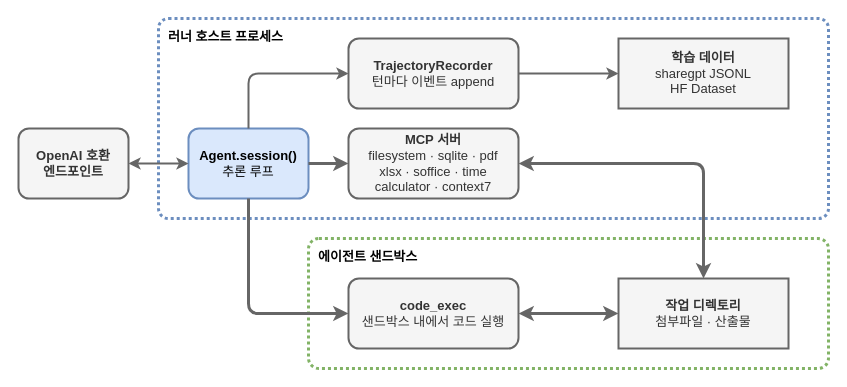
The draw.io diagram page "overall" (1 of 2) of resource/agent-tracer.drawio in MotifTechnologies/AgentTracer, before the edit. Source tidied: cells renumbered, new cells numbered last; positions are measured from the earlier drawing's top-left corner, leaving out a move shared by most shapes. Both pictures are drawn from the tidied source at 100%, with x=0, y=0 at pixel (18, 18).
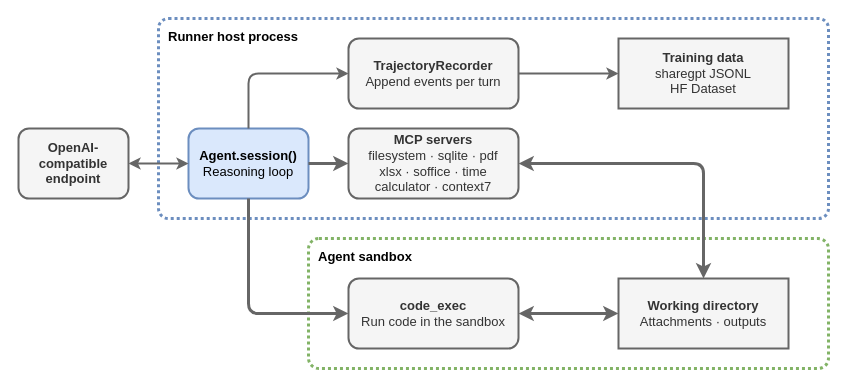
Above is the later version.

The edit, as a diff of the source:
```diff
@@
 <mxGraphModel>
   <root>
     <mxCell id="0" />
     <mxCell id="1" parent="0" />
-    <mxCell id="2" value="러너 호스트 프로세스" style="rounded=1;whiteSpace=wrap;html=1;strokeWidth=3;fillColor=none;strokeColor=#6c8ebf;verticalAlign=top;align=left;spacingLeft=8;spacingTop=4;fontStyle=1;fontFamily=Malgun Gothic;fontSize=13;glass=0;arcSize=5;dashed=1;dashPattern=1 1;" parent="1" vertex="1">
+    <mxCell id="2" value="Runner host process" style="rounded=1;whiteSpace=wrap;html=1;strokeWidth=3;fillColor=none;strokeColor=#6c8ebf;verticalAlign=top;align=left;spacingLeft=8;spacingTop=4;fontStyle=1;fontFamily=Arial;fontSize=13;glass=0;arcSize=5;dashed=1;dashPattern=1 1;" parent="1" vertex="1">
       <mxGeometry x="140" width="670" height="200" as="geometry" />
     </mxCell>
-    <mxCell id="3" value="에이전트 샌드박스" style="rounded=1;whiteSpace=wrap;html=1;strokeWidth=3;fillColor=none;strokeColor=#82b366;verticalAlign=top;align=left;spacingLeft=8;spacingTop=4;fontStyle=1;fontFamily=Malgun Gothic;fontSize=13;glass=0;arcSize=8;dashed=1;dashPattern=1 1;" parent="1" vertex="1">
+    <mxCell id="3" value="Agent sandbox" style="rounded=1;whiteSpace=wrap;html=1;strokeWidth=3;fillColor=none;strokeColor=#82b366;verticalAlign=top;align=left;spacingLeft=8;spacingTop=4;fontStyle=1;fontFamily=Arial;fontSize=13;glass=0;arcSize=8;dashed=1;dashPattern=1 1;" parent="1" vertex="1">
       <mxGeometry x="290" y="220" width="520" height="130" as="geometry" />
     </mxCell>
-    <mxCell id="4" value="&lt;b&gt;OpenAI 호환&lt;br&gt;엔드포인트&lt;/b&gt;" style="rounded=1;whiteSpace=wrap;html=1;strokeWidth=2;fillColor=#f5f5f5;strokeColor=#666666;fontFamily=Malgun Gothic;fontSize=13;fontColor=#333333;" parent="1" vertex="1">
+    <mxCell id="4" value="&lt;b&gt;OpenAI-compatible&lt;br&gt;endpoint&lt;/b&gt;" style="rounded=1;whiteSpace=wrap;html=1;strokeWidth=2;fillColor=#f5f5f5;strokeColor=#666666;fontFamily=Arial;fontSize=13;fontColor=#333333;" parent="1" vertex="1">
       <mxGeometry y="110" width="110" height="70" as="geometry" />
     </mxCell>
-    <mxCell id="5" value="&lt;b&gt;Agent.session()&lt;/b&gt;&lt;br&gt;추론 루프" style="rounded=1;whiteSpace=wrap;html=1;strokeWidth=2;fillColor=#dae8fc;strokeColor=#6c8ebf;fontFamily=Malgun Gothic;fontSize=13;" parent="1" vertex="1">
+    <mxCell id="5" value="&lt;b&gt;Agent.session()&lt;/b&gt;&lt;br&gt;Reasoning loop" style="rounded=1;whiteSpace=wrap;html=1;strokeWidth=2;fillColor=#dae8fc;strokeColor=#6c8ebf;fontFamily=Arial;fontSize=13;" parent="1" vertex="1">
       <mxGeometry x="170" y="110" width="120" height="70" as="geometry" />
     </mxCell>
-    <mxCell id="6" value="&lt;b&gt;MCP 서버&lt;/b&gt;&lt;br&gt;filesystem · sqlite · pdf&lt;div&gt;xlsx · soffice · time&lt;br&gt;calculator · context7&lt;/div&gt;" style="rounded=1;whiteSpace=wrap;html=1;strokeWidth=2;fillColor=#f5f5f5;strokeColor=#666666;fontFamily=Malgun Gothic;fontSize=13;fontColor=#333333;" parent="1" vertex="1">
+    <mxCell id="6" value="&lt;b&gt;MCP servers&lt;/b&gt;&lt;br&gt;filesystem · sqlite · pdf&lt;div&gt;xlsx · soffice · time&lt;br&gt;calculator · context7&lt;/div&gt;" style="rounded=1;whiteSpace=wrap;html=1;strokeWidth=2;fillColor=#f5f5f5;strokeColor=#666666;fontFamily=Arial;fontSize=13;fontColor=#333333;" parent="1" vertex="1">
       <mxGeometry x="330" y="110" width="170" height="70" as="geometry" />
     </mxCell>
-    <mxCell id="7" value="&lt;b&gt;TrajectoryRecorder&lt;/b&gt;&lt;br&gt;턴마다 이벤트 append" style="rounded=1;whiteSpace=wrap;html=1;strokeWidth=2;fillColor=#f5f5f5;strokeColor=#666666;fontFamily=Malgun Gothic;fontSize=13;fontColor=#333333;" parent="1" vertex="1">
+    <mxCell id="7" value="&lt;b&gt;TrajectoryRecorder&lt;/b&gt;&lt;br&gt;Append events per turn" style="rounded=1;whiteSpace=wrap;html=1;strokeWidth=2;fillColor=#f5f5f5;strokeColor=#666666;fontFamily=Arial;fontSize=13;fontColor=#333333;" parent="1" vertex="1">
       <mxGeometry x="330" y="20" width="170" height="70" as="geometry" />
     </mxCell>
-    <mxCell id="8" value="&lt;b&gt;학습 데이터&lt;/b&gt;&lt;br&gt;sharegpt JSONL&lt;br&gt;HF Dataset" style="rounded=0;whiteSpace=wrap;html=1;strokeWidth=2;fillColor=#f5f5f5;strokeColor=#666666;fontFamily=Malgun Gothic;fontSize=13;fontColor=#333333;" parent="1" vertex="1">
+    <mxCell id="8" value="&lt;b&gt;Training data&lt;/b&gt;&lt;br&gt;sharegpt JSONL&lt;br&gt;HF Dataset" style="rounded=0;whiteSpace=wrap;html=1;strokeWidth=2;fillColor=#f5f5f5;strokeColor=#666666;fontFamily=Arial;fontSize=13;fontColor=#333333;" parent="1" vertex="1">
       <mxGeometry x="600" y="20" width="170" height="70" as="geometry" />
     </mxCell>
-    <mxCell id="9" value="&lt;b&gt;code_exec&lt;/b&gt;&lt;div&gt;샌드박스 내에서 코드 실행&lt;/div&gt;" style="rounded=1;whiteSpace=wrap;html=1;strokeWidth=2;fillColor=#f5f5f5;strokeColor=#666666;fontFamily=Malgun Gothic;fontSize=13;fontColor=#333333;" parent="1" vertex="1">
+    <mxCell id="9" value="&lt;b&gt;code_exec&lt;/b&gt;&lt;div&gt;Run code in the sandbox&lt;/div&gt;" style="rounded=1;whiteSpace=wrap;html=1;strokeWidth=2;fillColor=#f5f5f5;strokeColor=#666666;fontFamily=Arial;fontSize=13;fontColor=#333333;" parent="1" vertex="1">
       <mxGeometry x="330" y="260" width="170" height="70" as="geometry" />
     </mxCell>
-    <mxCell id="10" value="&lt;b&gt;작업 디렉토리&lt;/b&gt;&lt;br&gt;첨부파일 · 산출물" style="rounded=0;whiteSpace=wrap;html=1;strokeWidth=2;fillColor=#f5f5f5;strokeColor=#666666;fontFamily=Malgun Gothic;fontSize=13;fontColor=#333333;" parent="1" vertex="1">
+    <mxCell id="10" value="&lt;b&gt;Working directory&lt;/b&gt;&lt;br&gt;Attachments · outputs" style="rounded=0;whiteSpace=wrap;html=1;strokeWidth=2;fillColor=#f5f5f5;strokeColor=#666666;fontFamily=Arial;fontSize=13;fontColor=#333333;" parent="1" vertex="1">
       <mxGeometry x="600" y="260" width="170" height="70" as="geometry" />
     </mxCell>
-    <mxCell id="11" style="edgeStyle=orthogonalEdgeStyle;rounded=0;html=1;strokeWidth=2;strokeColor=#666666;fontFamily=Malgun Gothic;fontSize=13;startArrow=classic;startFill=1;fillColor=#f5f5f5;" parent="1" edge="1" source="4" target="5">
+    <mxCell id="11" style="edgeStyle=orthogonalEdgeStyle;rounded=0;html=1;strokeWidth=2;strokeColor=#666666;fontFamily=Arial;fontSize=13;startArrow=classic;startFill=1;fillColor=#f5f5f5;" parent="1" edge="1" source="4" target="5">
       <mxGeometry relative="1" as="geometry" />
     </mxCell>
-    <mxCell id="12" style="edgeStyle=orthogonalEdgeStyle;rounded=0;html=1;strokeWidth=3;fontFamily=Malgun Gothic;fontSize=13;fillColor=#f5f5f5;strokeColor=#666666;" parent="1" edge="1" source="5" target="6">
+    <mxCell id="12" style="edgeStyle=orthogonalEdgeStyle;rounded=0;html=1;strokeWidth=3;fontFamily=Arial;fontSize=13;fillColor=#f5f5f5;strokeColor=#666666;" parent="1" edge="1" source="5" target="6">
       <mxGeometry relative="1" as="geometry" />
     </mxCell>
-    <mxCell id="13" style="edgeStyle=orthogonalEdgeStyle;rounded=1;html=1;strokeWidth=2;strokeColor=#666666;fontFamily=Malgun Gothic;fontSize=13;entryX=0;entryY=0.5;entryDx=0;entryDy=0;exitX=0.5;exitY=0;exitDx=0;exitDy=0;curved=0;fillColor=#f5f5f5;" parent="1" edge="1" source="5" target="7">
+    <mxCell id="13" style="edgeStyle=orthogonalEdgeStyle;rounded=1;html=1;strokeWidth=2;strokeColor=#666666;fontFamily=Arial;fontSize=13;entryX=0;entryY=0.5;entryDx=0;entryDy=0;exitX=0.5;exitY=0;exitDx=0;exitDy=0;curved=0;fillColor=#f5f5f5;" parent="1" edge="1" source="5" target="7">
       <mxGeometry relative="1" as="geometry" />
     </mxCell>
-    <mxCell id="14" style="edgeStyle=orthogonalEdgeStyle;rounded=0;html=1;strokeWidth=2;strokeColor=#666666;fontFamily=Malgun Gothic;fontSize=13;exitX=1;exitY=0.5;exitDx=0;exitDy=0;fillColor=#f5f5f5;" parent="1" edge="1" source="7" target="8">
+    <mxCell id="14" style="edgeStyle=orthogonalEdgeStyle;rounded=0;html=1;strokeWidth=2;strokeColor=#666666;fontFamily=Arial;fontSize=13;exitX=1;exitY=0.5;exitDx=0;exitDy=0;fillColor=#f5f5f5;" parent="1" edge="1" source="7" target="8">
       <mxGeometry relative="1" as="geometry" />
     </mxCell>
-    <mxCell id="15" style="edgeStyle=orthogonalEdgeStyle;rounded=1;html=1;strokeWidth=3;fontFamily=Malgun Gothic;fontSize=13;entryX=0;entryY=0.5;entryDx=0;entryDy=0;exitX=0.5;exitY=1;exitDx=0;exitDy=0;curved=0;fillColor=#f5f5f5;strokeColor=#666666;" parent="1" edge="1" source="5" target="9">
+    <mxCell id="15" style="edgeStyle=orthogonalEdgeStyle;rounded=1;html=1;strokeWidth=3;fontFamily=Arial;fontSize=13;entryX=0;entryY=0.5;entryDx=0;entryDy=0;exitX=0.5;exitY=1;exitDx=0;exitDy=0;curved=0;fillColor=#f5f5f5;strokeColor=#666666;" parent="1" edge="1" source="5" target="9">
       <mxGeometry relative="1" as="geometry" />
     </mxCell>
-    <mxCell id="16" style="edgeStyle=orthogonalEdgeStyle;rounded=0;html=1;strokeWidth=3;fontFamily=Malgun Gothic;fontSize=13;startArrow=classic;startFill=1;fillColor=#f5f5f5;strokeColor=#666666;" parent="1" edge="1" source="9" target="10">
+    <mxCell id="16" style="edgeStyle=orthogonalEdgeStyle;rounded=0;html=1;strokeWidth=3;fontFamily=Arial;fontSize=13;startArrow=classic;startFill=1;fillColor=#f5f5f5;strokeColor=#666666;" parent="1" edge="1" source="9" target="10">
       <mxGeometry relative="1" as="geometry" />
     </mxCell>
-    <mxCell id="17" style="edgeStyle=orthogonalEdgeStyle;rounded=1;html=1;strokeWidth=3;fontFamily=Malgun Gothic;fontSize=13;startArrow=classic;startFill=1;curved=0;fillColor=#f5f5f5;strokeColor=#666666;" parent="1" edge="1" source="6" target="10">
+    <mxCell id="17" style="edgeStyle=orthogonalEdgeStyle;rounded=1;html=1;strokeWidth=3;fontFamily=Arial;fontSize=13;startArrow=classic;startFill=1;curved=0;fillColor=#f5f5f5;strokeColor=#666666;" parent="1" edge="1" source="6" target="10">
       <mxGeometry x="-0.14" y="-15" relative="1" as="geometry" />
     </mxCell>
   </root>
 </mxGraphModel>
```
